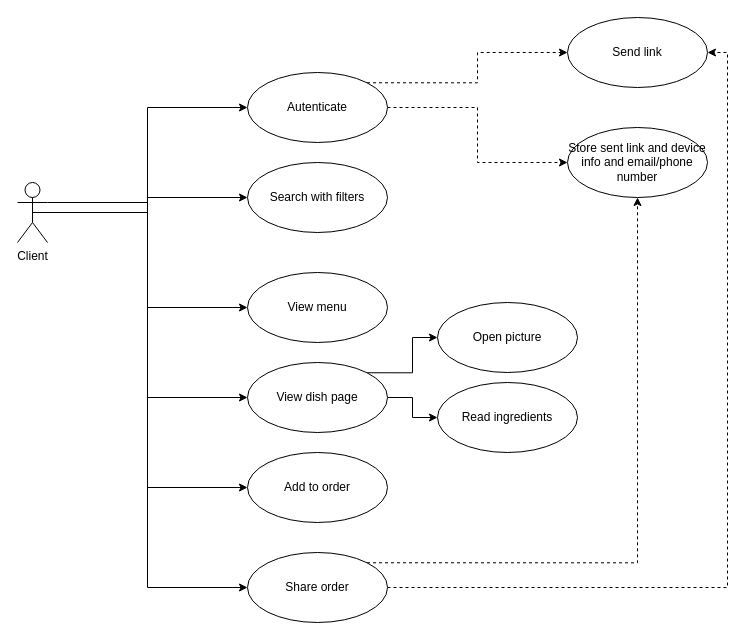
Before: Horeca_useCase.drawio in perandr/horeca, a draw.io diagram. Source tidied: cells renumbered, new cells numbered last; positions are measured from the earlier drawing's top-left corner, leaving out a move shared by most shapes. Both pictures are drawn from the tidied source at 100%, with x=0, y=0 at pixel (17, 17).
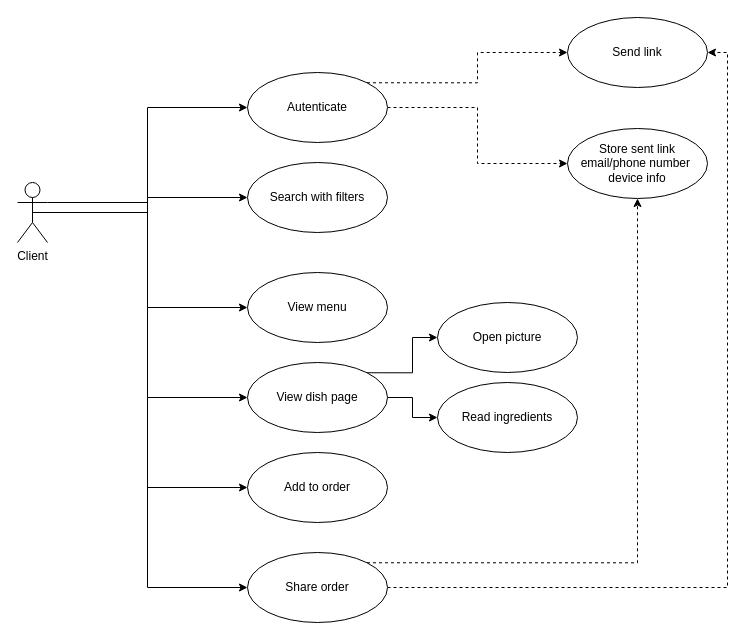
After the change.

What changed in the source:
```diff
@@
-    <mxCell id="14" value="Store sent link and device info and email/phone number" style="ellipse;whiteSpace=wrap;html=1;" parent="1" vertex="1">
-      <mxGeometry x="550" y="110" width="140" height="70" as="geometry" />
+    <mxCell id="14" value="Store sent link email/phone number&amp;nbsp; device info" style="ellipse;whiteSpace=wrap;html=1;" parent="1" vertex="1">
+      <mxGeometry x="550" y="111" width="140" height="70" as="geometry" />
     </mxCell>
```
